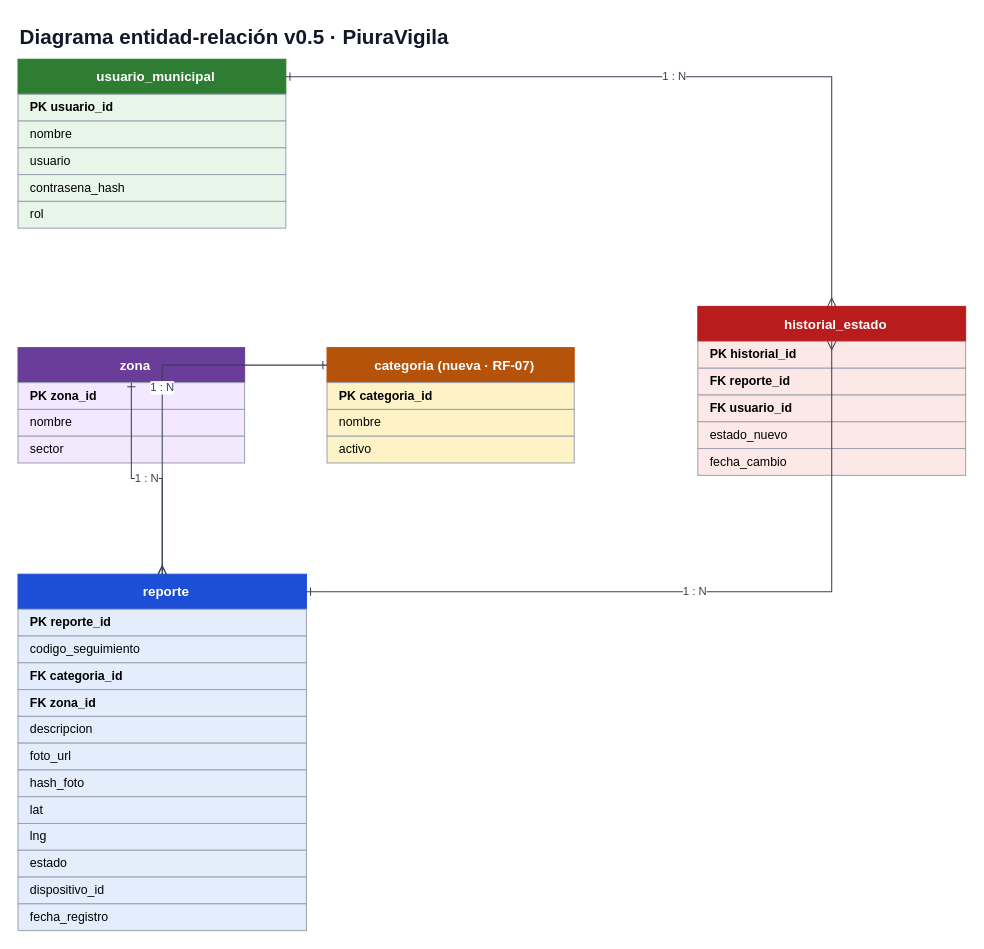
Earlier version of the draw.io diagram entregables/APF2/Semana 6/PiuraVigila_ER_v0_5.drawio (SoyJust/PiuraVigila). Source tidied: cells renumbered, new cells numbered last; positions are measured from the earlier drawing's top-left corner, leaving out a move shared by most shapes. Both pictures are drawn from the tidied source at 103%, with x=0, y=0 at pixel (18, 18).
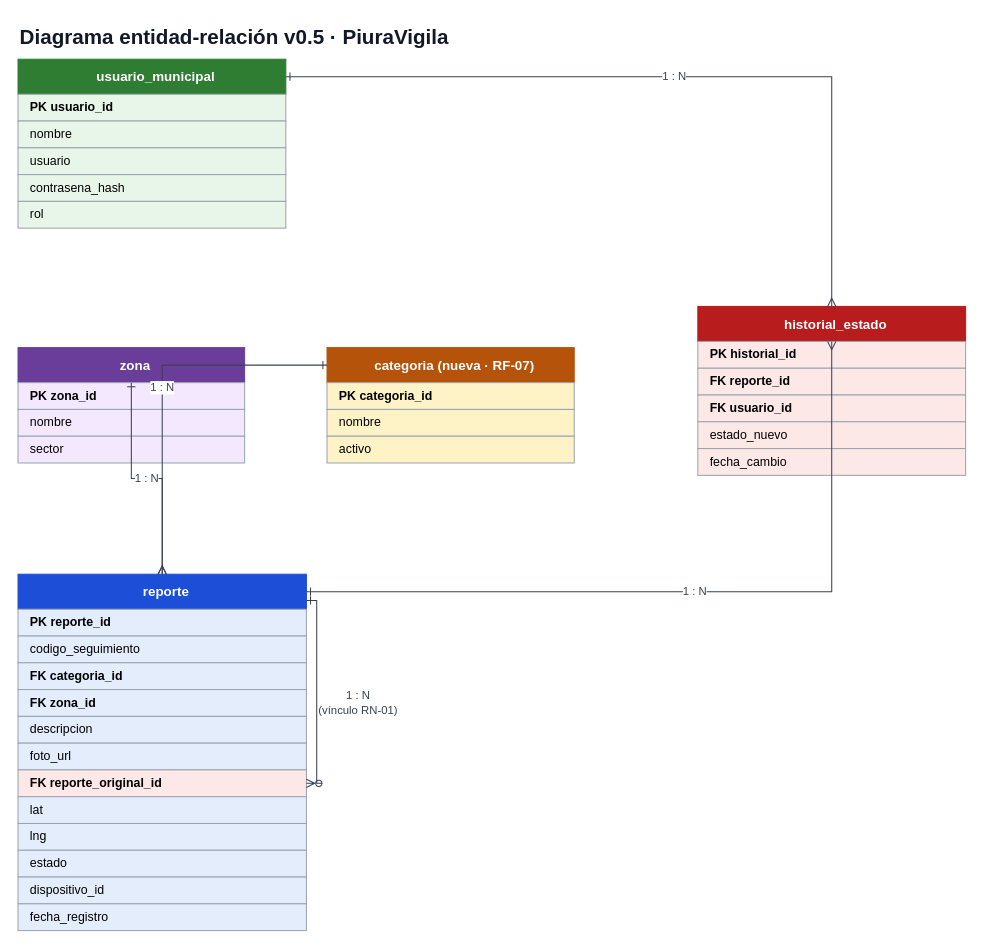
The same page after the edit.

The change refers to these unchanged cells:
```xml
<mxCell id="17" value="reporte" style="rounded=0;whiteSpace=wrap;html=1;fillColor=#1d4ed8;strokeColor=#1d4ed8;fontColor=#ffffff;fontStyle=1;fontSize=13;verticalAlign=middle;spacingLeft=8;" parent="1" vertex="1">
  <mxGeometry y="540" width="280" height="34" as="geometry" />
</mxCell>
```

The edit, as a diff of the source:
```diff
@@
-    <mxCell id="24" value="      hash_foto" style="rounded=0;whiteSpace=wrap;html=1;fillColor=#e3edfc;strokeColor=#9ca3af;align=left;verticalAlign=middle;spacingLeft=10;fontSize=12;" parent="1" vertex="1">
+    <mxCell id="24" value="FK  reporte_original_id" style="rounded=0;whiteSpace=wrap;html=1;fillColor=#fde8e8;strokeColor=#9ca3af;align=left;verticalAlign=middle;spacingLeft=10;fontSize=12;fontStyle=1;" parent="1" vertex="1">
       <mxGeometry y="730" width="280" height="26" as="geometry" />
     </mxCell>
@@
+    <mxCell id="40" value="1 : N&#10;(vínculo RN-01)" style="edgeStyle=orthogonalEdgeStyle;rounded=0;html=1;strokeColor=#374151;fontColor=#374151;fontSize=11;startArrow=ERone;startFill=0;endArrow=ERzeroToMany;endFill=0;exitX=1;exitY=0.75;exitDx=0;exitDy=0;entryX=1;entryY=0.5;entryDx=0;entryDy=0;labelBackgroundColor=#ffffff;" parent="1" edge="1" source="17" target="24">
+      <mxGeometry x="0.1" y="40" relative="1" as="geometry" />
+    </mxCell>
```
